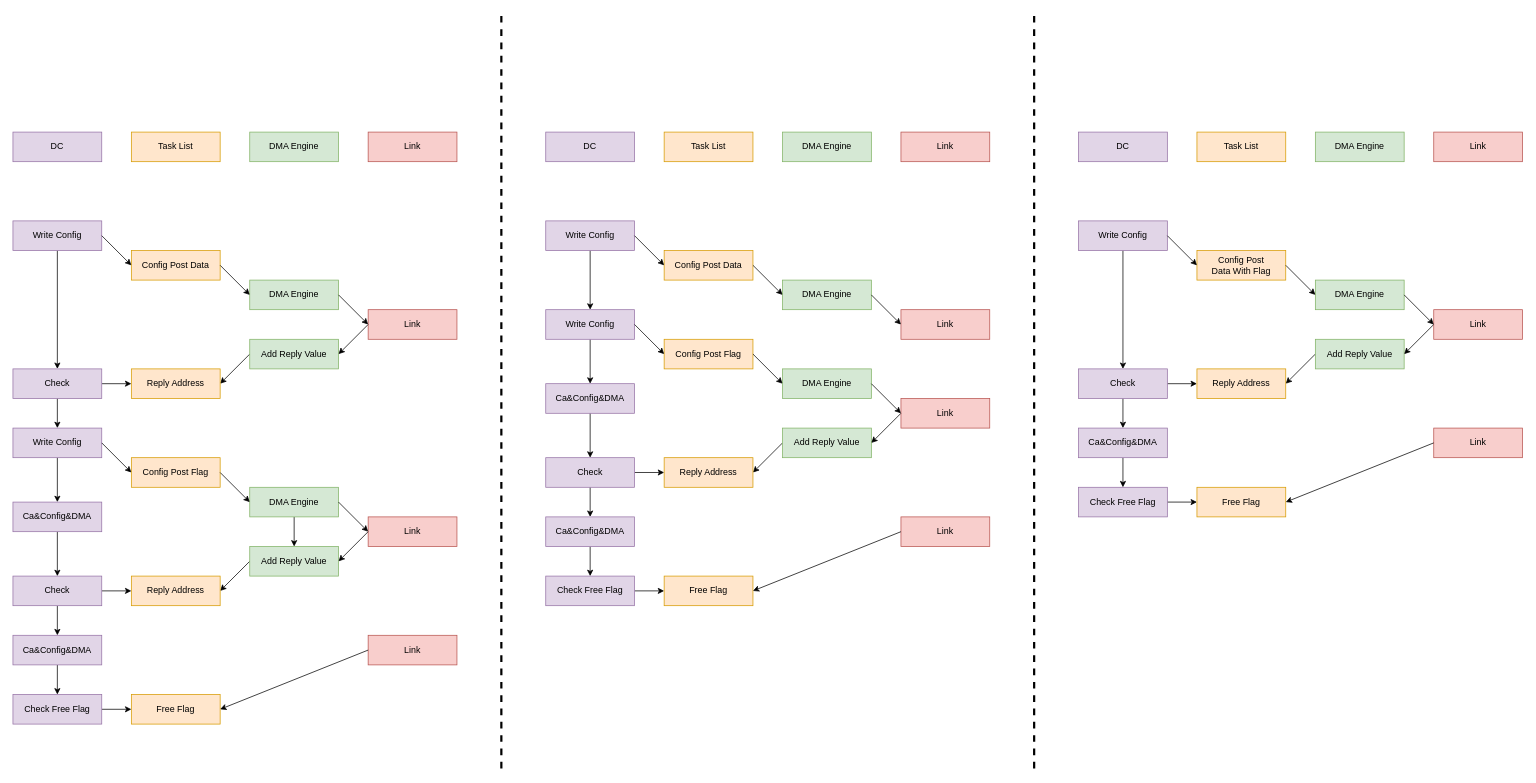
This is TC2LINK/Link_RDMA_Read.drawio from BEYHHH/SBLP, a draw.io file, before an edit. Source tidied: cells renumbered, new cells numbered last; positions are measured from the earlier drawing's top-left corner, leaving out a move shared by most shapes. Both pictures are drawn from the tidied source at 74%, with x=0, y=0 at pixel (13, 13).
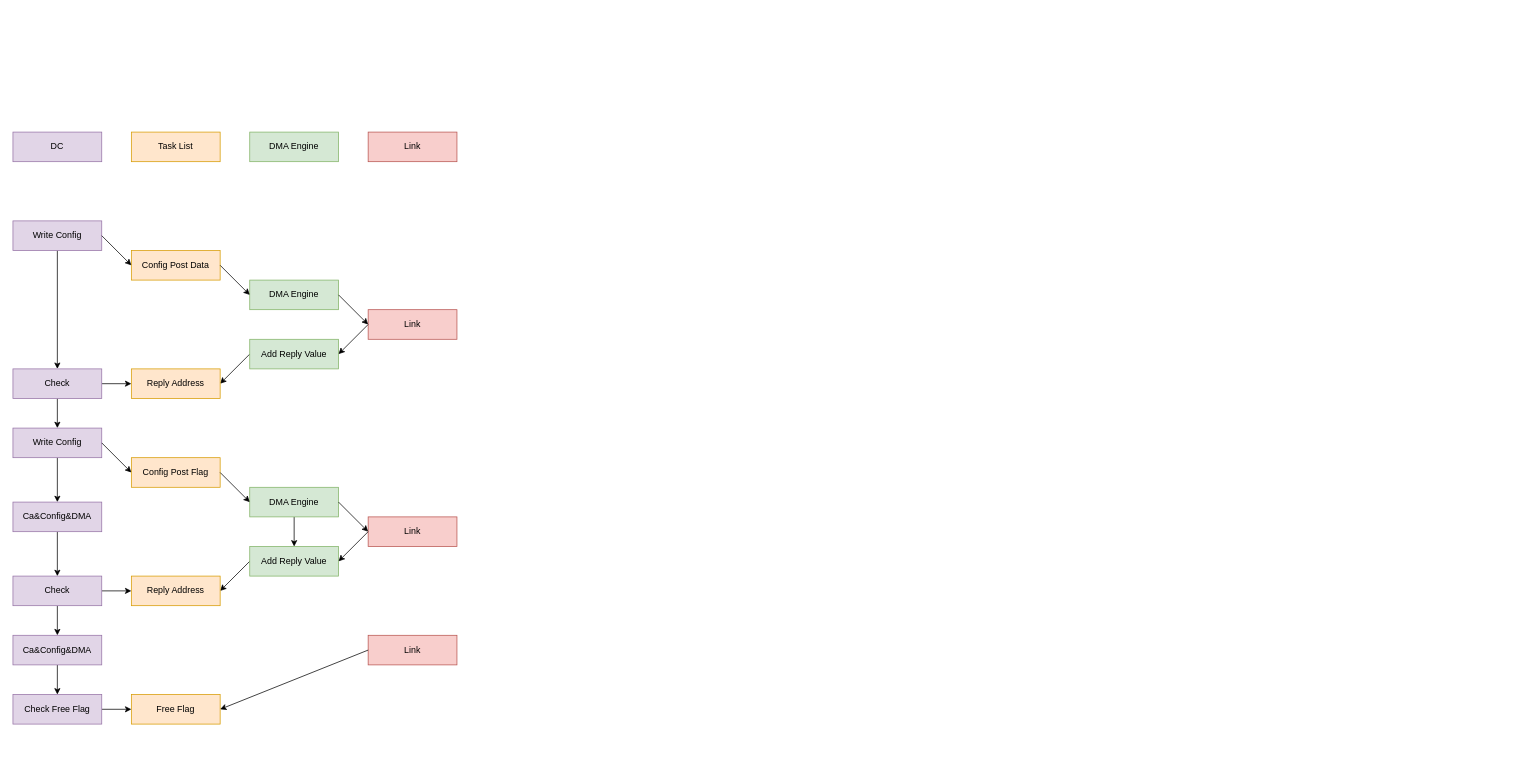
The same page after the edit.

Change to the diagram source:
```diff
@@
-    <mxCell id="46" style="edgeStyle=orthogonalEdgeStyle;rounded=0;jettySize=auto;html=1;" parent="1" edge="1" source="47" target="59">
-      <mxGeometry relative="1" as="geometry" />
-    </mxCell>
-    <mxCell id="47" value="Write Config" style="rounded=0;whiteSpace=wrap;html=1;fillColor=#e1d5e7;strokeColor=#9673a6;" parent="1" vertex="1">
-      <mxGeometry x="1440" y="280" width="120" height="40" as="geometry" />
-    </mxCell>
-    <mxCell id="48" value="Config Post &lt;br&gt;Data With Flag" style="rounded=0;whiteSpace=wrap;html=1;fillColor=#ffe6cc;strokeColor=#d79b00;" parent="1" vertex="1">
-      <mxGeometry x="1600" y="320" width="120" height="40" as="geometry" />
-    </mxCell>
-    <mxCell id="49" style="endArrow=classic;html=1;rounded=0;exitX=1;exitY=0.5;exitDx=0;exitDy=0;entryX=0;entryY=0.5;entryDx=0;entryDy=0;" parent="1" edge="1" source="47" target="48">
-      <mxGeometry relative="1" as="geometry" />
-    </mxCell>
-    <mxCell id="50" value="DC" style="rounded=0;whiteSpace=wrap;html=1;fillColor=#e1d5e7;strokeColor=#9673a6;" parent="1" vertex="1">
-      <mxGeometry x="1440" y="160" width="120" height="40" as="geometry" />
-    </mxCell>
-    <mxCell id="51" value="Task List" style="rounded=0;whiteSpace=wrap;html=1;fillColor=#ffe6cc;strokeColor=#d79b00;" parent="1" vertex="1">
-      <mxGeometry x="1600" y="160" width="120" height="40" as="geometry" />
-    </mxCell>
-    <mxCell id="52" value="DMA Engine" style="rounded=0;whiteSpace=wrap;html=1;fillColor=#d5e8d4;strokeColor=#82b366;" parent="1" vertex="1">
-      <mxGeometry x="1760" y="160" width="120" height="40" as="geometry" />
-    </mxCell>
-    <mxCell id="53" value="Link" style="rounded=0;whiteSpace=wrap;html=1;fillColor=#f8cecc;strokeColor=#b85450;" parent="1" vertex="1">
-      <mxGeometry x="1920" y="160" width="120" height="40" as="geometry" />
-    </mxCell>
-    <mxCell id="54" value="DMA Engine" style="rounded=0;whiteSpace=wrap;html=1;fillColor=#d5e8d4;strokeColor=#82b366;" parent="1" vertex="1">
-      <mxGeometry x="1760" y="360" width="120" height="40" as="geometry" />
-    </mxCell>
-    <mxCell id="55" style="endArrow=classic;html=1;rounded=0;exitX=0;exitY=0.5;exitDx=0;exitDy=0;entryX=1;entryY=0.5;entryDx=0;entryDy=0;" parent="1" edge="1" source="56" target="60">
-      <mxGeometry relative="1" as="geometry" />
-    </mxCell>
-    <mxCell id="56" value="Add Reply Value" style="rounded=0;whiteSpace=wrap;html=1;fillColor=#d5e8d4;strokeColor=#82b366;" parent="1" vertex="1">
-      <mxGeometry x="1760" y="440" width="120" height="40" as="geometry" />
-    </mxCell>
-    <mxCell id="57" style="edgeStyle=orthogonalEdgeStyle;rounded=0;jettySize=auto;html=1;" parent="1" edge="1" source="59" target="60">
-      <mxGeometry relative="1" as="geometry" />
-    </mxCell>
-    <mxCell id="58" style="edgeStyle=orthogonalEdgeStyle;rounded=0;jettySize=auto;html=1;" parent="1" edge="1" source="59" target="71">
-      <mxGeometry relative="1" as="geometry" />
-    </mxCell>
-    <mxCell id="59" value="Check" style="rounded=0;whiteSpace=wrap;html=1;fillColor=#e1d5e7;strokeColor=#9673a6;" parent="1" vertex="1">
-      <mxGeometry x="1440" y="480" width="120" height="40" as="geometry" />
-    </mxCell>
-    <mxCell id="60" value="Reply Address" style="rounded=0;whiteSpace=wrap;html=1;fillColor=#ffe6cc;strokeColor=#d79b00;" parent="1" vertex="1">
-      <mxGeometry x="1600" y="480" width="120" height="40" as="geometry" />
-    </mxCell>
-    <mxCell id="61" style="endArrow=classic;html=1;rounded=0;exitX=1;exitY=0.5;exitDx=0;exitDy=0;entryX=0;entryY=0.5;entryDx=0;entryDy=0;" parent="1" edge="1" source="48" target="54">
-      <mxGeometry relative="1" as="geometry" />
-    </mxCell>
-    <mxCell id="62" value="Link" style="rounded=0;whiteSpace=wrap;html=1;fillColor=#f8cecc;strokeColor=#b85450;" parent="1" vertex="1">
-      <mxGeometry x="1920" y="400" width="120" height="40" as="geometry" />
-    </mxCell>
-    <mxCell id="63" style="endArrow=classic;html=1;rounded=0;exitX=1;exitY=0.5;exitDx=0;exitDy=0;entryX=0;entryY=0.5;entryDx=0;entryDy=0;" parent="1" edge="1" source="54" target="62">
-      <mxGeometry relative="1" as="geometry" />
-    </mxCell>
-    <mxCell id="64" style="endArrow=classic;html=1;rounded=0;exitX=0;exitY=0.5;exitDx=0;exitDy=0;entryX=1;entryY=0.5;entryDx=0;entryDy=0;" parent="1" edge="1" source="62" target="56">
-      <mxGeometry relative="1" as="geometry" />
-    </mxCell>
-    <mxCell id="65" style="edgeStyle=orthogonalEdgeStyle;rounded=0;jettySize=auto;html=1;" parent="1" edge="1" source="66" target="68">
-      <mxGeometry relative="1" as="geometry" />
-    </mxCell>
-    <mxCell id="66" value="Check Free Flag" style="rounded=0;whiteSpace=wrap;html=1;fillColor=#e1d5e7;strokeColor=#9673a6;" parent="1" vertex="1">
-      <mxGeometry x="1440" y="640" width="120" height="40" as="geometry" />
-    </mxCell>
-    <mxCell id="67" value="Link" style="rounded=0;whiteSpace=wrap;html=1;fillColor=#f8cecc;strokeColor=#b85450;" parent="1" vertex="1">
-      <mxGeometry x="1920" y="560" width="120" height="40" as="geometry" />
-    </mxCell>
-    <mxCell id="68" value="Free Flag" style="rounded=0;whiteSpace=wrap;html=1;fillColor=#ffe6cc;strokeColor=#d79b00;" parent="1" vertex="1">
-      <mxGeometry x="1600" y="640" width="120" height="40" as="geometry" />
-    </mxCell>
-    <mxCell id="69" style="endArrow=classic;html=1;rounded=0;exitX=0;exitY=0.5;exitDx=0;exitDy=0;entryX=1;entryY=0.5;entryDx=0;entryDy=0;" parent="1" edge="1" source="67" target="68">
-      <mxGeometry relative="1" as="geometry" />
-    </mxCell>
-    <mxCell id="70" style="edgeStyle=orthogonalEdgeStyle;rounded=0;jettySize=auto;html=1;" parent="1" edge="1" source="71" target="66">
-      <mxGeometry relative="1" as="geometry" />
-    </mxCell>
-    <mxCell id="71" value="Ca&amp;amp;Config&amp;amp;DMA" style="rounded=0;whiteSpace=wrap;html=1;fillColor=#e1d5e7;strokeColor=#9673a6;" parent="1" vertex="1">
-      <mxGeometry x="1440" y="560" width="120" height="40" as="geometry" />
-    </mxCell>
-    <mxCell id="72" style="edgeStyle=orthogonalEdgeStyle;rounded=0;jettySize=auto;html=1;" parent="1" edge="1" source="73" target="82">
-      <mxGeometry relative="1" as="geometry" />
-    </mxCell>
-    <mxCell id="73" value="Write Config" style="rounded=0;whiteSpace=wrap;html=1;fillColor=#e1d5e7;strokeColor=#9673a6;" parent="1" vertex="1">
-      <mxGeometry x="720" y="280" width="120" height="40" as="geometry" />
-    </mxCell>
-    <mxCell id="74" value="Config Post Data" style="rounded=0;whiteSpace=wrap;html=1;fillColor=#ffe6cc;strokeColor=#d79b00;" parent="1" vertex="1">
-      <mxGeometry x="880" y="320" width="120" height="40" as="geometry" />
-    </mxCell>
-    <mxCell id="75" style="endArrow=classic;html=1;rounded=0;exitX=1;exitY=0.5;exitDx=0;exitDy=0;entryX=0;entryY=0.5;entryDx=0;entryDy=0;" parent="1" edge="1" source="73" target="74">
-      <mxGeometry relative="1" as="geometry" />
-    </mxCell>
-    <mxCell id="76" value="DC" style="rounded=0;whiteSpace=wrap;html=1;fillColor=#e1d5e7;strokeColor=#9673a6;" parent="1" vertex="1">
-      <mxGeometry x="720" y="160" width="120" height="40" as="geometry" />
-    </mxCell>
-    <mxCell id="77" value="Task List" style="rounded=0;whiteSpace=wrap;html=1;fillColor=#ffe6cc;strokeColor=#d79b00;" parent="1" vertex="1">
-      <mxGeometry x="880" y="160" width="120" height="40" as="geometry" />
-    </mxCell>
-    <mxCell id="78" value="DMA Engine" style="rounded=0;whiteSpace=wrap;html=1;fillColor=#d5e8d4;strokeColor=#82b366;" parent="1" vertex="1">
-      <mxGeometry x="1040" y="160" width="120" height="40" as="geometry" />
-    </mxCell>
-    <mxCell id="79" value="Link" style="rounded=0;whiteSpace=wrap;html=1;fillColor=#f8cecc;strokeColor=#b85450;" parent="1" vertex="1">
-      <mxGeometry x="1200" y="160" width="120" height="40" as="geometry" />
-    </mxCell>
-    <mxCell id="80" value="DMA Engine" style="rounded=0;whiteSpace=wrap;html=1;fillColor=#d5e8d4;strokeColor=#82b366;" parent="1" vertex="1">
-      <mxGeometry x="1040" y="360" width="120" height="40" as="geometry" />
-    </mxCell>
-    <mxCell id="81" style="edgeStyle=orthogonalEdgeStyle;rounded=0;jettySize=auto;html=1;" parent="1" edge="1" source="82" target="97">
-      <mxGeometry relative="1" as="geometry" />
-    </mxCell>
-    <mxCell id="82" value="Write Config" style="rounded=0;whiteSpace=wrap;html=1;fillColor=#e1d5e7;strokeColor=#9673a6;" parent="1" vertex="1">
-      <mxGeometry x="720" y="400" width="120" height="40" as="geometry" />
-    </mxCell>
-    <mxCell id="83" value="Config Post Flag" style="rounded=0;whiteSpace=wrap;html=1;fillColor=#ffe6cc;strokeColor=#d79b00;" parent="1" vertex="1">
-      <mxGeometry x="880" y="440" width="120" height="40" as="geometry" />
-    </mxCell>
-    <mxCell id="84" style="endArrow=classic;html=1;rounded=0;exitX=1;exitY=0.5;exitDx=0;exitDy=0;entryX=0;entryY=0.5;entryDx=0;entryDy=0;" parent="1" edge="1" source="74" target="80">
-      <mxGeometry relative="1" as="geometry" />
-    </mxCell>
-    <mxCell id="85" style="endArrow=classic;html=1;rounded=0;exitX=1;exitY=0.5;exitDx=0;exitDy=0;entryX=0;entryY=0.5;entryDx=0;entryDy=0;" parent="1" edge="1" source="82" target="83">
-      <mxGeometry relative="1" as="geometry" />
-    </mxCell>
-    <mxCell id="86" value="DMA Engine" style="rounded=0;whiteSpace=wrap;html=1;fillColor=#d5e8d4;strokeColor=#82b366;" parent="1" vertex="1">
-      <mxGeometry x="1040" y="480" width="120" height="40" as="geometry" />
-    </mxCell>
-    <mxCell id="87" style="endArrow=classic;html=1;rounded=0;exitX=0;exitY=0.5;exitDx=0;exitDy=0;entryX=1;entryY=0.5;entryDx=0;entryDy=0;" parent="1" edge="1" source="88">
-      <mxGeometry relative="1" as="geometry">
-        <mxPoint x="1000" y="620" as="targetPoint" />
-      </mxGeometry>
-    </mxCell>
-    <mxCell id="88" value="Add Reply Value" style="rounded=0;whiteSpace=wrap;html=1;fillColor=#d5e8d4;strokeColor=#82b366;" parent="1" vertex="1">
-      <mxGeometry x="1040" y="560" width="120" height="40" as="geometry" />
-    </mxCell>
-    <mxCell id="89" style="endArrow=classic;html=1;rounded=0;exitX=1;exitY=0.5;exitDx=0;exitDy=0;entryX=0;entryY=0.5;entryDx=0;entryDy=0;" parent="1" edge="1" target="86">
-      <mxGeometry relative="1" as="geometry">
-        <mxPoint x="1000" y="460" as="sourcePoint" />
-      </mxGeometry>
-    </mxCell>
-    <mxCell id="90" value="Reply Address" style="rounded=0;whiteSpace=wrap;html=1;fillColor=#ffe6cc;strokeColor=#d79b00;" parent="1" vertex="1">
-      <mxGeometry x="880" y="600" width="120" height="40" as="geometry" />
-    </mxCell>
-    <mxCell id="91" style="edgeStyle=orthogonalEdgeStyle;rounded=0;jettySize=auto;html=1;" parent="1" edge="1" source="93" target="90">
-      <mxGeometry relative="1" as="geometry" />
-    </mxCell>
-    <mxCell id="92" style="edgeStyle=orthogonalEdgeStyle;rounded=0;jettySize=auto;html=1;" parent="1" edge="1" source="93" target="107">
-      <mxGeometry relative="1" as="geometry" />
-    </mxCell>
-    <mxCell id="93" value="Check" style="rounded=0;whiteSpace=wrap;html=1;fillColor=#e1d5e7;strokeColor=#9673a6;" parent="1" vertex="1">
-      <mxGeometry x="720" y="600" width="120" height="40" as="geometry" />
-    </mxCell>
-    <mxCell id="94" value="Link" style="rounded=0;whiteSpace=wrap;html=1;fillColor=#f8cecc;strokeColor=#b85450;" parent="1" vertex="1">
-      <mxGeometry x="1200" y="400" width="120" height="40" as="geometry" />
-    </mxCell>
-    <mxCell id="95" style="endArrow=classic;html=1;rounded=0;exitX=1;exitY=0.5;exitDx=0;exitDy=0;entryX=0;entryY=0.5;entryDx=0;entryDy=0;" parent="1" edge="1" source="80" target="94">
-      <mxGeometry relative="1" as="geometry" />
-    </mxCell>
-    <mxCell id="96" style="edgeStyle=orthogonalEdgeStyle;rounded=0;jettySize=auto;html=1;" parent="1" edge="1" source="97" target="93">
-      <mxGeometry relative="1" as="geometry" />
-    </mxCell>
-    <mxCell id="97" value="Ca&amp;amp;Config&amp;amp;DMA" style="rounded=0;whiteSpace=wrap;html=1;fillColor=#e1d5e7;strokeColor=#9673a6;" parent="1" vertex="1">
-      <mxGeometry x="720" y="500" width="120" height="40" as="geometry" />
-    </mxCell>
-    <mxCell id="98" value="Link" style="rounded=0;whiteSpace=wrap;html=1;fillColor=#f8cecc;strokeColor=#b85450;" parent="1" vertex="1">
-      <mxGeometry x="1200" y="520" width="120" height="40" as="geometry" />
-    </mxCell>
-    <mxCell id="99" style="endArrow=classic;html=1;rounded=0;exitX=1;exitY=0.5;exitDx=0;exitDy=0;entryX=0;entryY=0.5;entryDx=0;entryDy=0;" parent="1" edge="1" target="98">
-      <mxGeometry relative="1" as="geometry">
-        <mxPoint x="1160" y="500" as="sourcePoint" />
-      </mxGeometry>
-    </mxCell>
-    <mxCell id="100" style="endArrow=classic;html=1;rounded=0;exitX=0;exitY=0.5;exitDx=0;exitDy=0;entryX=1;entryY=0.5;entryDx=0;entryDy=0;" parent="1" edge="1" source="98">
-      <mxGeometry relative="1" as="geometry">
-        <mxPoint x="1160" y="580" as="targetPoint" />
-      </mxGeometry>
-    </mxCell>
-    <mxCell id="101" style="edgeStyle=orthogonalEdgeStyle;rounded=0;jettySize=auto;html=1;" parent="1" edge="1" source="102" target="104">
-      <mxGeometry relative="1" as="geometry" />
-    </mxCell>
-    <mxCell id="102" value="Check Free Flag" style="rounded=0;whiteSpace=wrap;html=1;fillColor=#e1d5e7;strokeColor=#9673a6;" parent="1" vertex="1">
-      <mxGeometry x="720" y="760" width="120" height="40" as="geometry" />
-    </mxCell>
-    <mxCell id="103" value="Link" style="rounded=0;whiteSpace=wrap;html=1;fillColor=#f8cecc;strokeColor=#b85450;" parent="1" vertex="1">
-      <mxGeometry x="1200" y="680" width="120" height="40" as="geometry" />
-    </mxCell>
-    <mxCell id="104" value="Free Flag" style="rounded=0;whiteSpace=wrap;html=1;fillColor=#ffe6cc;strokeColor=#d79b00;" parent="1" vertex="1">
-      <mxGeometry x="880" y="760" width="120" height="40" as="geometry" />
-    </mxCell>
-    <mxCell id="105" style="endArrow=classic;html=1;rounded=0;exitX=0;exitY=0.5;exitDx=0;exitDy=0;entryX=1;entryY=0.5;entryDx=0;entryDy=0;" parent="1" edge="1" source="103" target="104">
-      <mxGeometry relative="1" as="geometry" />
-    </mxCell>
-    <mxCell id="106" style="edgeStyle=orthogonalEdgeStyle;rounded=0;jettySize=auto;html=1;" parent="1" edge="1" source="107" target="102">
-      <mxGeometry relative="1" as="geometry" />
-    </mxCell>
-    <mxCell id="107" value="Ca&amp;amp;Config&amp;amp;DMA" style="rounded=0;whiteSpace=wrap;html=1;fillColor=#e1d5e7;strokeColor=#9673a6;" parent="1" vertex="1">
-      <mxGeometry x="720" y="680" width="120" height="40" as="geometry" />
-    </mxCell>
-    <mxCell id="108" style="endArrow=none;dashed=1;html=1;rounded=0;strokeWidth=3;" parent="1" edge="1">
-      <mxGeometry relative="1" as="geometry">
-        <mxPoint x="660" y="1020" as="sourcePoint" />
-        <mxPoint x="660" as="targetPoint" />
-      </mxGeometry>
-    </mxCell>
-    <mxCell id="109" style="endArrow=none;dashed=1;html=1;rounded=0;strokeWidth=3;" parent="1" edge="1">
-      <mxGeometry relative="1" as="geometry">
-        <mxPoint x="1380" y="1020" as="sourcePoint" />
-        <mxPoint x="1380" as="targetPoint" />
-      </mxGeometry>
-    </mxCell>
```
